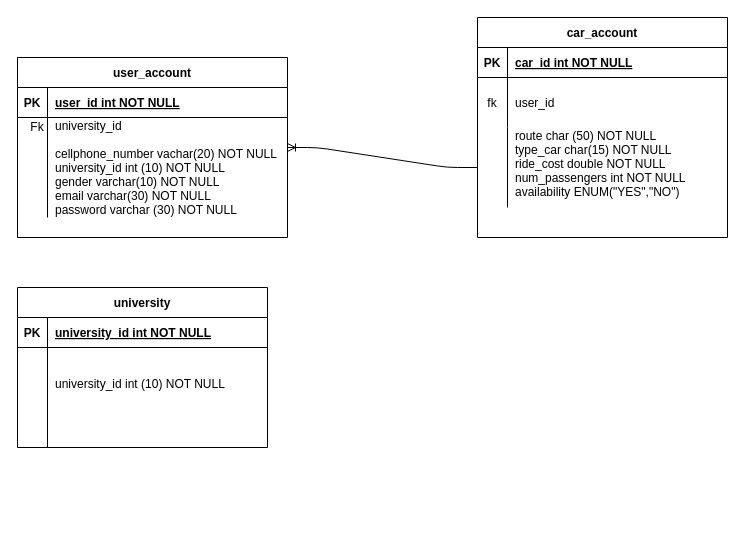
Above: Untitled Diagram.drawio in garoga11/carpool-bis (draw.io), before the change. Source tidied: cells renumbered, new cells numbered last; positions are measured from the earlier drawing's top-left corner, leaving out a move shared by most shapes. Both pictures are drawn from the tidied source at 100%, with x=0, y=0 at pixel (17, 17).
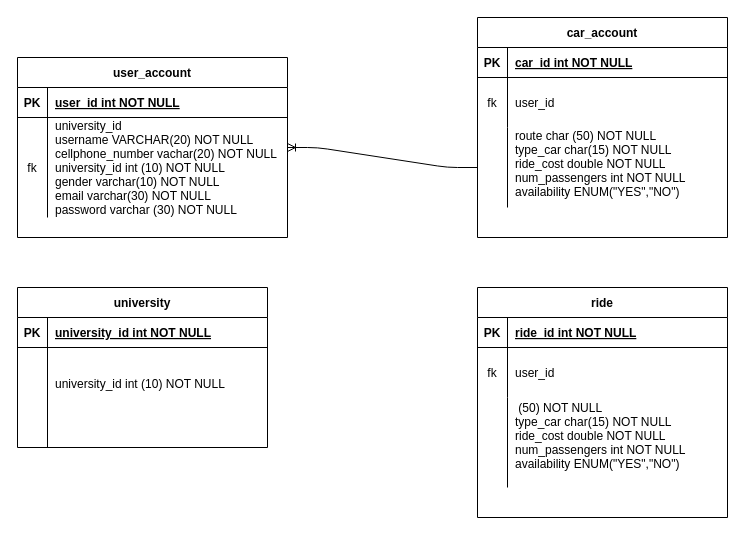
Above is the later version.

Commit message:
ride table

The change refers to these unchanged cells:
```xml
<mxCell id="6" style="shape=partialRectangle;fillColor=none;top=0;left=0;right=0;bottom=0;" parent="2" vertex="1">
  <mxGeometry y="60" width="270" height="100" as="geometry" />
</mxCell>
```

What changed in the source:
```diff
@@
-    <mxCell id="7" style="shape=partialRectangle;overflow=hidden;fillColor=none;top=0;left=0;bottom=0;right=0;" parent="6" vertex="1">
+    <mxCell id="7" value="fk" style="shape=partialRectangle;overflow=hidden;fillColor=none;top=0;left=0;bottom=0;right=0;" parent="6" vertex="1">
       <mxGeometry width="30" height="100" as="geometry" />
     </mxCell>
-    <mxCell id="8" value="university_id&#10;&#10;cellphone_number vachar(20) NOT NULL&#10;university_id int (10) NOT NULL&#10;gender varchar(10) NOT NULL&#10;email varchar(30) NOT NULL&#10;password varchar (30) NOT NULL&#10;&#10;&#10;&#10;&#10;" style="shape=partialRectangle;overflow=hidden;fillColor=none;top=0;left=0;bottom=0;right=0;align=left;spacingLeft=6;" parent="6" vertex="1">
+    <mxCell id="8" value="university_id&#10;username VARCHAR(20) NOT NULL&#10;cellphone_number vachar(20) NOT NULL&#10;university_id int (10) NOT NULL&#10;gender varchar(10) NOT NULL&#10;email varchar(30) NOT NULL&#10;password varchar (30) NOT NULL&#10;&#10;&#10;&#10;&#10;" style="shape=partialRectangle;overflow=hidden;fillColor=none;top=0;left=0;bottom=0;right=0;align=left;spacingLeft=6;" parent="6" vertex="1">
       <mxGeometry x="30" width="240" height="100" as="geometry" />
     </mxCell>
@@
-    <mxCell id="27" value="Fk" style="text;html=1;strokeColor=none;fillColor=none;align=center;verticalAlign=middle;whiteSpace=wrap;rounded=0;" parent="1" vertex="1">
-      <mxGeometry y="100" width="40" height="20" as="geometry" />
-    </mxCell>
+    <mxCell id="28" value="ride" style="shape=table;startSize=30;childLayout=tableLayout;rowLines=0;fontStyle=1;align=center;" parent="1" vertex="1">
+      <mxGeometry x="460" y="270" width="250" height="230" as="geometry" />
+    </mxCell>
+    <mxCell id="29" style="shape=partialRectangle;fillColor=none;top=0;left=0;right=0;bottom=1;" parent="28" vertex="1">
+      <mxGeometry y="30" width="250" height="30" as="geometry" />
+    </mxCell>
+    <mxCell id="30" value="PK" style="shape=partialRectangle;overflow=hidden;fillColor=none;top=0;left=0;bottom=0;right=0;fontStyle=1;" parent="29" vertex="1">
+      <mxGeometry width="30" height="30" as="geometry" />
+    </mxCell>
+    <mxCell id="31" value="ride_id int NOT NULL " style="shape=partialRectangle;overflow=hidden;fillColor=none;top=0;left=0;bottom=0;right=0;align=left;spacingLeft=6;fontStyle=5;" parent="29" vertex="1">
+      <mxGeometry x="30" width="220" height="30" as="geometry" />
+    </mxCell>
+    <mxCell id="32" style="shape=partialRectangle;fillColor=none;top=0;left=0;right=0;bottom=0;" parent="28" vertex="1">
+      <mxGeometry y="60" width="250" height="50" as="geometry" />
+    </mxCell>
+    <mxCell id="33" value="fk" style="shape=partialRectangle;overflow=hidden;fillColor=none;top=0;left=0;bottom=0;right=0;" parent="32" vertex="1">
+      <mxGeometry width="30" height="50" as="geometry" />
+    </mxCell>
+    <mxCell id="34" value="user_id" style="shape=partialRectangle;overflow=hidden;fillColor=none;top=0;left=0;bottom=0;right=0;align=left;spacingLeft=6;" parent="32" vertex="1">
+      <mxGeometry x="30" width="220" height="50" as="geometry" />
+    </mxCell>
+    <mxCell id="35" style="shape=partialRectangle;fillColor=none;top=0;left=0;right=0;bottom=0;" parent="28" vertex="1">
+      <mxGeometry y="110" width="250" height="90" as="geometry" />
+    </mxCell>
+    <mxCell id="36" style="shape=partialRectangle;overflow=hidden;fillColor=none;top=0;left=0;bottom=0;right=0;" parent="35" vertex="1">
+      <mxGeometry width="30" height="90" as="geometry" />
+    </mxCell>
+    <mxCell id="37" value=" (50) NOT NULL&#10;type_car char(15) NOT NULL&#10;ride_cost double NOT NULL&#10;num_passengers int NOT NULL&#10;availability ENUM(&quot;YES&quot;,&quot;NO&quot;)&#10;" style="shape=partialRectangle;overflow=hidden;fillColor=none;top=0;left=0;bottom=0;right=0;align=left;spacingLeft=6;" parent="35" vertex="1">
+      <mxGeometry x="30" width="220" height="90" as="geometry" />
+    </mxCell>
```
